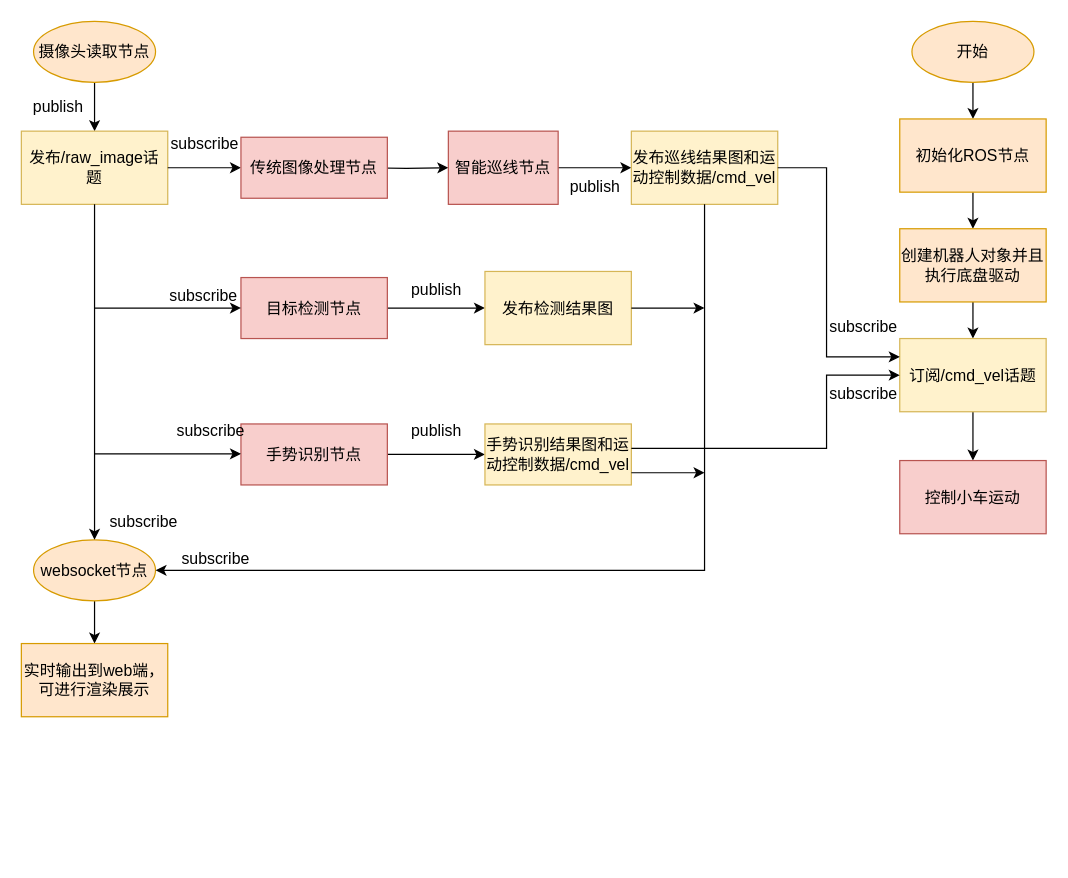
Earlier version of the draw.io diagram 研电赛.drawio (cowqer/some-boring-drow.io). Source tidied: cells renumbered, new cells numbered last; positions are measured from the earlier drawing's top-left corner, leaving out a move shared by most shapes. Both pictures are drawn from the tidied source at 122%, with x=0, y=0 at pixel (21, 21).
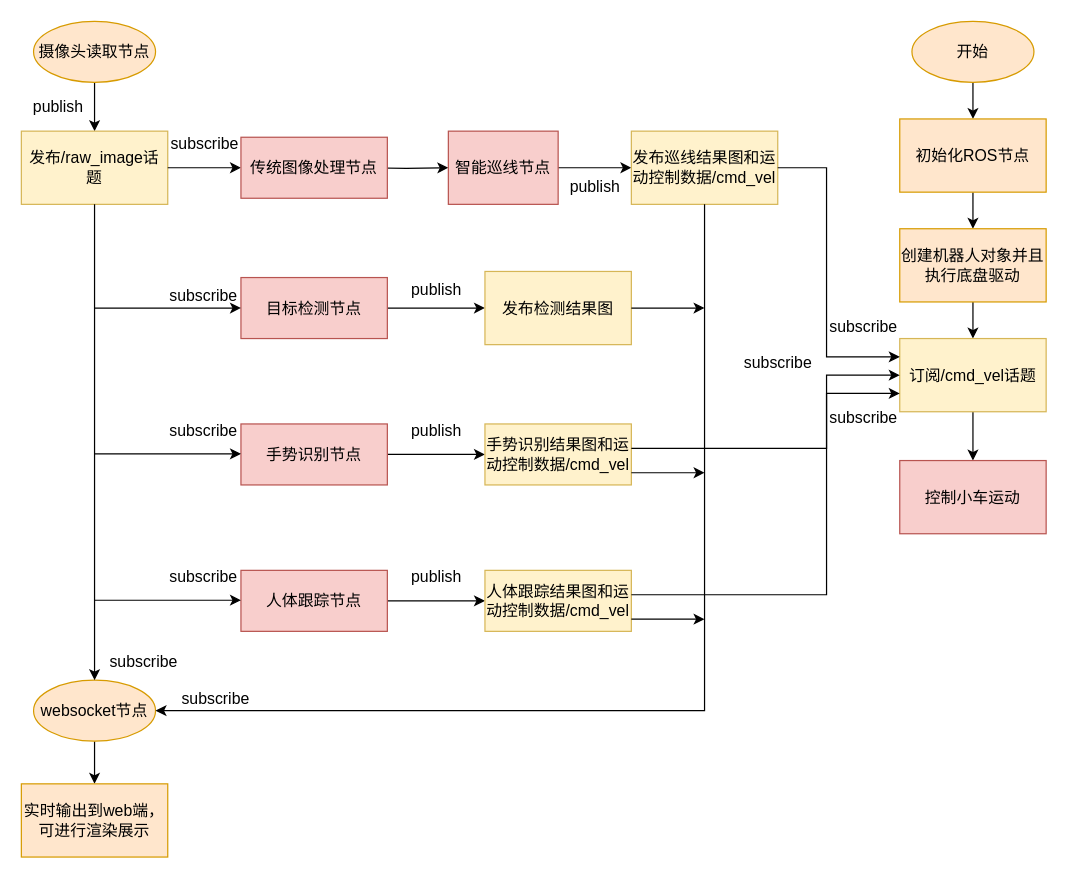
After the change.

Commit message:
更新研电赛.drawio

Unchanged cells that the change refers to:
```xml
<mxCell id="23" value="订阅/cmd_vel话题" style="whiteSpace=wrap;html=1;fillColor=#fff2cc;strokeColor=#d6b656;fontSize=13;" parent="1" vertex="1">
  <mxGeometry x="720" y="260" width="120" height="60" as="geometry" />
</mxCell>
<mxCell id="24" value="发布巡线结果图和运动控制数据/cmd_vel" style="whiteSpace=wrap;html=1;fillColor=#fff2cc;strokeColor=#d6b656;fontSize=13;" parent="1" vertex="1">
  <mxGeometry x="500" y="90" width="120" height="60" as="geometry" />
</mxCell>
```

Change to the diagram source:
```diff
@@
     <mxCell id="6" value="websocket节点" style="ellipse;whiteSpace=wrap;html=1;fillColor=#ffe6cc;strokeColor=#d79b00;fontSize=13;" parent="1" vertex="1">
-      <mxGeometry x="10" y="425" width="100" height="50" as="geometry" />
+      <mxGeometry x="10" y="540" width="100" height="50" as="geometry" />
     </mxCell>
@@
     <mxCell id="9" value="实时输出到web端，可进行渲染展示" style="whiteSpace=wrap;html=1;fillColor=#ffe6cc;strokeColor=#d79b00;fontSize=13;" parent="1" vertex="1">
-      <mxGeometry y="510" width="120" height="60" as="geometry" />
+      <mxGeometry y="625" width="120" height="60" as="geometry" />
     </mxCell>
@@
     <mxCell id="12" value="subscribe" style="text;html=1;align=center;verticalAlign=middle;strokeColor=none;fillColor=none;fontSize=13;" parent="1" vertex="1">
-      <mxGeometry x="60" y="395" width="80" height="30" as="geometry" />
+      <mxGeometry x="60" y="510" width="80" height="30" as="geometry" />
     </mxCell>
@@
     <mxCell id="27" style="endArrow=classic;html=1;rounded=0;exitX=0.5;exitY=1;exitDx=0;exitDy=0;entryX=1;entryY=0.5;entryDx=0;entryDy=0;fontSize=13;" parent="1" edge="1" source="24" target="6">
       <mxGeometry relative="1" as="geometry">
         <Array as="points">
-          <mxPoint x="560" y="450" />
+          <mxPoint x="560" y="565" />
         </Array>
       </mxGeometry>
     </mxCell>
@@
     <mxCell id="33" value="subscribe" style="text;html=1;align=center;verticalAlign=middle;strokeColor=none;fillColor=none;fontSize=13;" parent="1" vertex="1">
-      <mxGeometry x="115" y="320" width="80" height="30" as="geometry" />
+      <mxGeometry x="109" y="320" width="80" height="30" as="geometry" />
     </mxCell>
@@
     <mxCell id="44" value="subscribe" style="text;html=1;align=center;verticalAlign=middle;strokeColor=none;fillColor=none;fontSize=13;" parent="1" vertex="1">
-      <mxGeometry x="650" y="290" width="80" height="30" as="geometry" />
+      <mxGeometry x="580" y="265" width="80" height="30" as="geometry" />
     </mxCell>
     <mxCell id="45" value="subscribe" style="text;html=1;align=center;verticalAlign=middle;strokeColor=none;fillColor=none;fontSize=13;" parent="1" vertex="1">
-      <mxGeometry x="119" y="425" width="80" height="30" as="geometry" />
+      <mxGeometry x="119" y="540" width="80" height="30" as="geometry" />
     </mxCell>
@@
+    <mxCell id="48" style="edgeStyle=orthogonalEdgeStyle;rounded=0;jettySize=auto;html=1;fontSize=13;" parent="1" edge="1" source="49" target="51">
+      <mxGeometry relative="1" as="geometry" />
+    </mxCell>
+    <mxCell id="49" value="人体跟踪节点" style="whiteSpace=wrap;html=1;fillColor=#f8cecc;strokeColor=#b85450;fontSize=13;" parent="1" vertex="1">
+      <mxGeometry x="180" y="450" width="120" height="50" as="geometry" />
+    </mxCell>
+    <mxCell id="50" value="subscribe" style="text;html=1;align=center;verticalAlign=middle;strokeColor=none;fillColor=none;fontSize=13;" parent="1" vertex="1">
+      <mxGeometry x="109" y="440" width="80" height="30" as="geometry" />
+    </mxCell>
+    <mxCell id="51" value="人体跟踪结果图和运动控制数据/cmd_vel" style="whiteSpace=wrap;html=1;fillColor=#fff2cc;strokeColor=#d6b656;fontSize=13;" parent="1" vertex="1">
+      <mxGeometry x="380" y="450" width="120" height="50" as="geometry" />
+    </mxCell>
+    <mxCell id="52" value="publish" style="text;html=1;align=center;verticalAlign=middle;strokeColor=none;fillColor=none;fontSize=13;" parent="1" vertex="1">
+      <mxGeometry x="310" y="440" width="60" height="30" as="geometry" />
+    </mxCell>
+    <mxCell id="53" style="endArrow=classic;html=1;rounded=0;entryX=0;entryY=0.5;entryDx=0;entryDy=0;fontSize=13;" parent="1" edge="1">
+      <mxGeometry relative="1" as="geometry">
+        <mxPoint x="60" y="474.5" as="sourcePoint" />
+        <mxPoint x="180" y="474.5" as="targetPoint" />
+      </mxGeometry>
+    </mxCell>
+    <mxCell id="54" style="edgeStyle=orthogonalEdgeStyle;rounded=0;orthogonalLoop=1;jettySize=auto;html=1;exitX=1;exitY=0.5;exitDx=0;exitDy=0;fontSize=13;" parent="1" edge="1">
+      <mxGeometry relative="1" as="geometry">
+        <mxPoint x="500" y="490" as="sourcePoint" />
+        <mxPoint x="560" y="490" as="targetPoint" />
+      </mxGeometry>
+    </mxCell>
+    <mxCell id="55" style="endArrow=classic;html=1;rounded=0;exitX=1;exitY=0.5;exitDx=0;exitDy=0;entryX=0;entryY=0.75;entryDx=0;entryDy=0;fontSize=13;" parent="1" edge="1" target="23">
+      <mxGeometry relative="1" as="geometry">
+        <mxPoint x="500" y="470" as="sourcePoint" />
+        <Array as="points">
+          <mxPoint x="660" y="470" />
+          <mxPoint x="660" y="305" />
+        </Array>
+      </mxGeometry>
+    </mxCell>
+    <mxCell id="56" value="subscribe" style="text;html=1;align=center;verticalAlign=middle;strokeColor=none;fillColor=none;fontSize=13;" parent="1" vertex="1">
+      <mxGeometry x="650" y="310" width="80" height="30" as="geometry" />
+    </mxCell>
```
